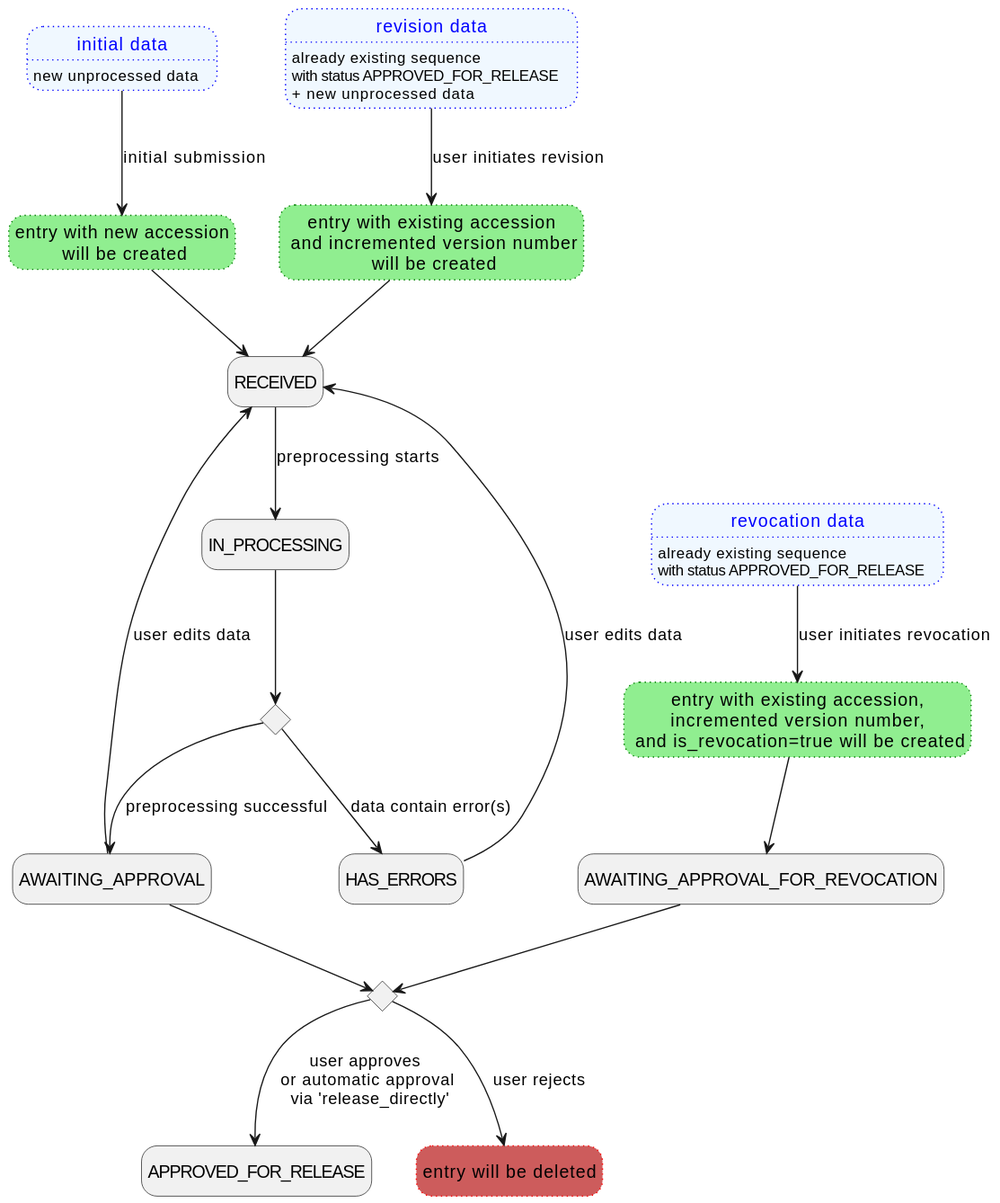
Before: backend/docs/plantuml/statusChange.svg, a diagram exported from PlantUML (loculus-project/loculus).
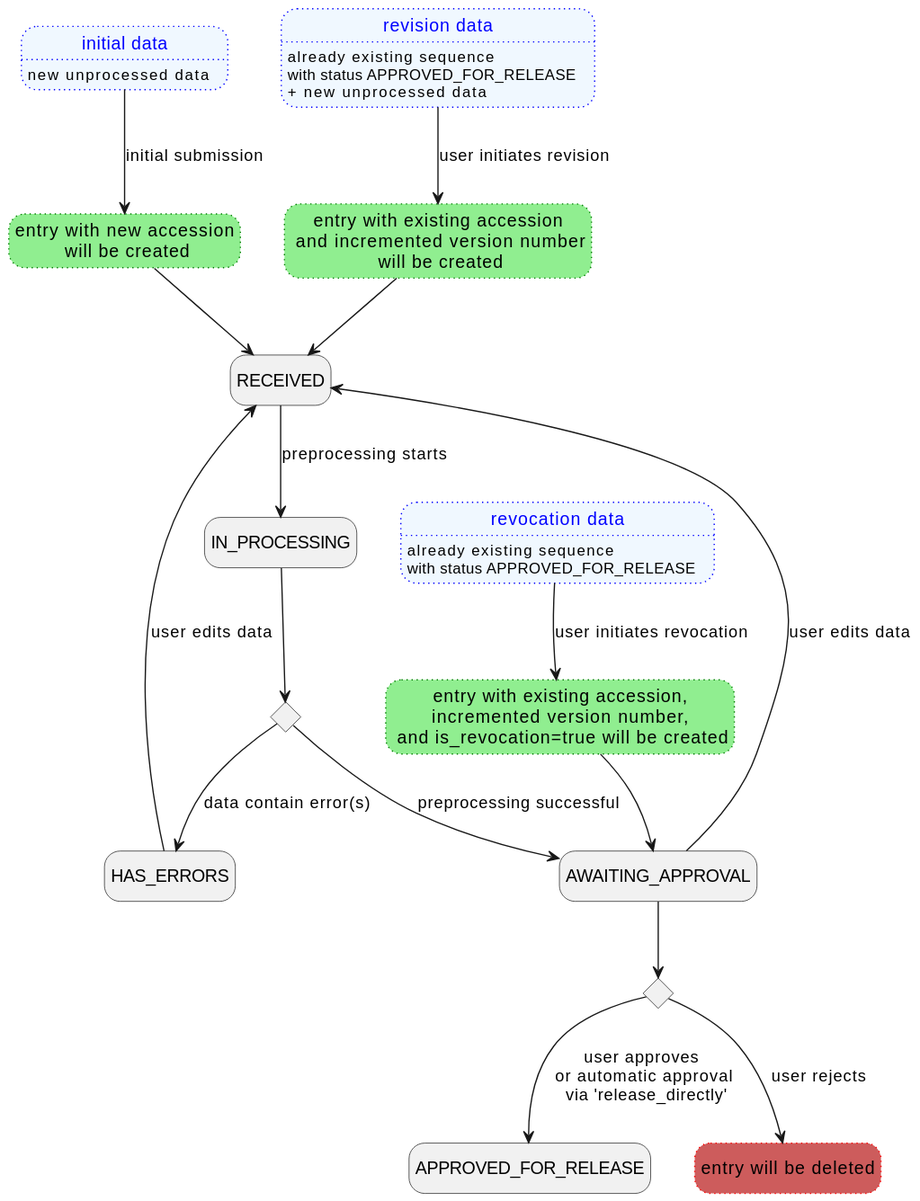
The same diagram one commit later.

Diff of the diagram source:
```diff
@@ -14,7 +14,6 @@
         REVOKED_DATA: with status APPROVED_FOR_RELEASE
     }
 
-    state AWAITING_APPROVAL_FOR_REVOCATION
     state RECEIVED
     state IN_PROCESSING
     state HAS_ERRORS
@@ -35,8 +34,7 @@
     CREATING_REVISE --> RECEIVED
 
     REVOKED_DATA --> CREATING_REVOKE : user initiates revocation
-    CREATING_REVOKE --> AWAITING_APPROVAL_FOR_REVOCATION
-    AWAITING_APPROVAL_FOR_REVOCATION --> is_approved
+    CREATING_REVOKE --> AWAITING_APPROVAL
 
     RECEIVED --> IN_PROCESSING : preprocessing starts
     IN_PROCESSING --> is_error
```
